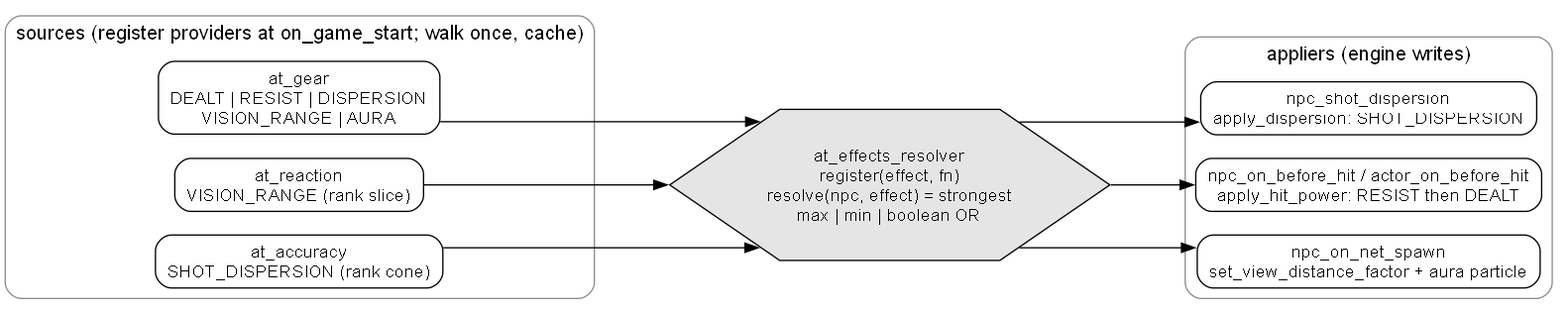
Before: doc/img/effects-resolver.png, a diagram exported from Graphviz (damiansirbu-stalker/AlifeTactics). Its source is kept beside it as doc/img/effects-resolver.dot. Source of this version:
```dot
digraph at_effects_resolver {
    rankdir=LR
    splines=ortho
    nodesep=0.25
    ranksep=0.9

    node [shape=box, style="rounded,filled", fillcolor=white,
          fontsize=13, fontname="Arial", margin="0.13,0.07"]
    edge [fontsize=11, fontname="Arial"]
    graph [fontsize=15, fontname="Arial"]

    subgraph cluster_src {
        label="sources (register providers at on_game_start; walk once, cache)"
        style=rounded
        color=gray55
        acc [label="at_accuracy\nSHOT_DISPERSION (rank cone)"]
        rea [label="at_reaction\nVISION_RANGE (rank slice)"]
        gear [label="at_gear\nDEALT | RESIST | DISPERSION\nVISION_RANGE | AURA"]
    }

    res [label="at_effects_resolver\nregister(effect, fn)\nresolve(npc, effect) = strongest\nmax | min | boolean OR", shape=hexagon, style=filled, fillcolor=gray90]

    subgraph cluster_app {
        label="appliers (engine writes)"
        style=rounded
        color=gray55
        spawn [label="npc_on_net_spawn\nset_view_distance_factor + aura particle"]
        hit   [label="npc_on_before_hit / actor_on_before_hit\napply_hit_power: RESIST then DEALT"]
        shot  [label="npc_shot_dispersion\napply_dispersion: SHOT_DISPERSION"]
    }

    acc -> res
    rea -> res
    gear -> res
    res -> spawn
    res -> hit
    res -> shot
}
```
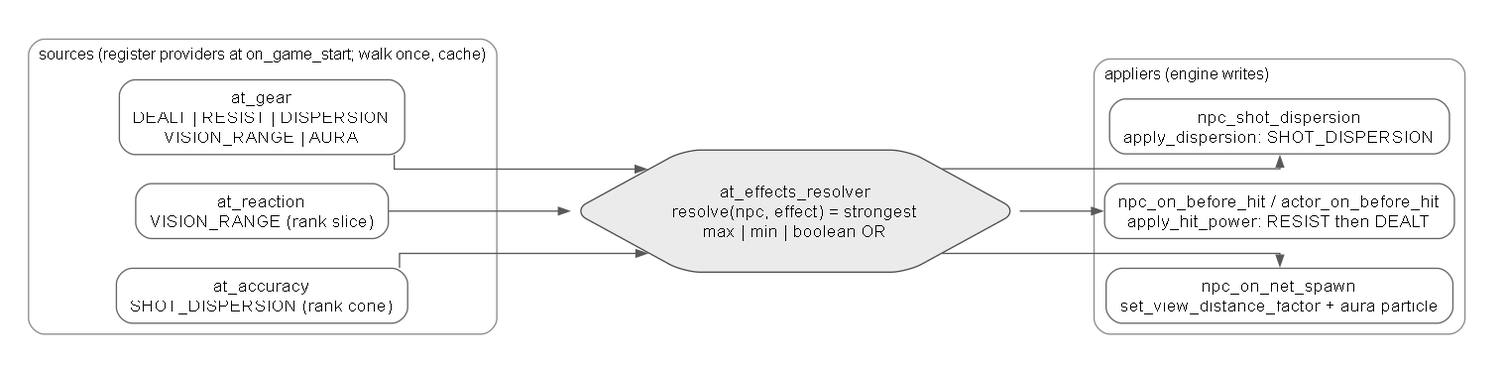
The same file after the commit.

What changed in the source:
```diff
@@ -1,27 +1,33 @@
 digraph at_effects_resolver {
     rankdir=LR
     splines=ortho
-    nodesep=0.25
+    pad=0.3
+    nodesep=0.3
     ranksep=0.9
-
-    node [shape=box, style="rounded,filled", fillcolor=white,
-          fontsize=13, fontname="Arial", margin="0.13,0.07"]
-    edge [fontsize=11, fontname="Arial"]
-    graph [fontsize=15, fontname="Arial"]
+    graph [fontname="Arial", fontsize=15]
+    node  [shape=box, style="rounded,filled", fillcolor=white,
+           color=gray40, fontname="Arial", fontsize=13, margin="0.15,0.08"]
+    edge  [fontname="Arial", fontsize=11, color=gray35, arrowsize=0.8]
 
     subgraph cluster_src {
         label="sources (register providers at on_game_start; walk once, cache)"
+        labeljust=l
+        fontname="Arial"
+        fontsize=12
         style=rounded
         color=gray55
-        acc [label="at_accuracy\nSHOT_DISPERSION (rank cone)"]
-        rea [label="at_reaction\nVISION_RANGE (rank slice)"]
+        acc  [label="at_accuracy\nSHOT_DISPERSION (rank cone)"]
+        rea  [label="at_reaction\nVISION_RANGE (rank slice)"]
         gear [label="at_gear\nDEALT | RESIST | DISPERSION\nVISION_RANGE | AURA"]
     }
 
-    res [label="at_effects_resolver\nregister(effect, fn)\nresolve(npc, effect) = strongest\nmax | min | boolean OR", shape=hexagon, style=filled, fillcolor=gray90]
+    res [label="at_effects_resolver\nresolve(npc, effect) = strongest\nmax | min | boolean OR", shape=hexagon, fillcolor=gray92, color=gray30]
 
     subgraph cluster_app {
         label="appliers (engine writes)"
+        labeljust=l
+        fontname="Arial"
+        fontsize=12
         style=rounded
         color=gray55
         spawn [label="npc_on_net_spawn\nset_view_distance_factor + aura particle"]
```
